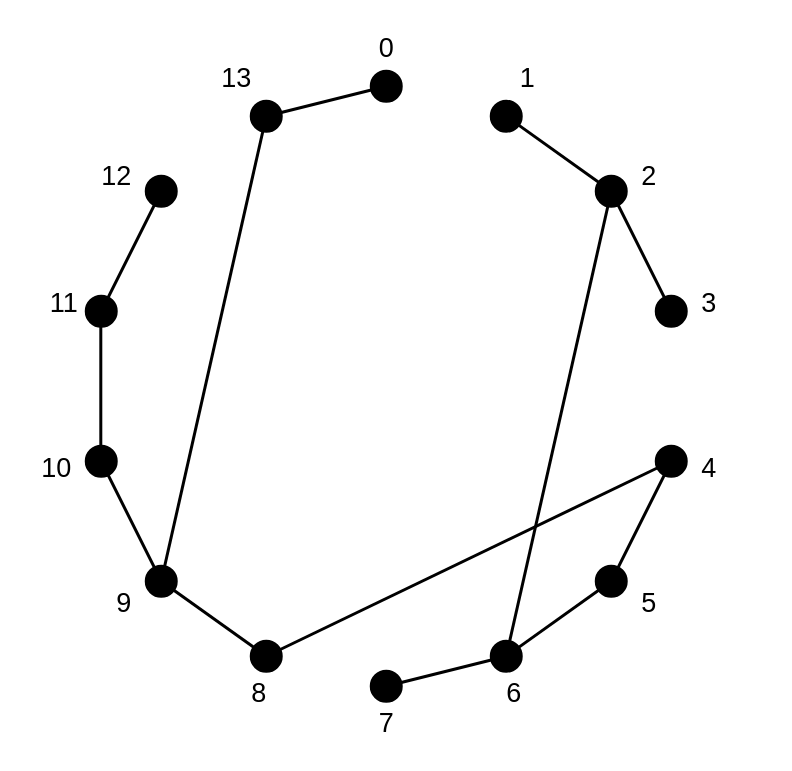
Earlier version of the draw.io diagram graduation-research/midterm/draw.io/IST1.drawio (fjmrytfjsn/5th). Source tidied: cells renumbered, new cells numbered last; positions are measured from the earlier drawing's top-left corner, leaving out a move shared by most shapes. Both pictures are drawn from the tidied source at 150%, with x=0, y=0 at pixel (26, 26).
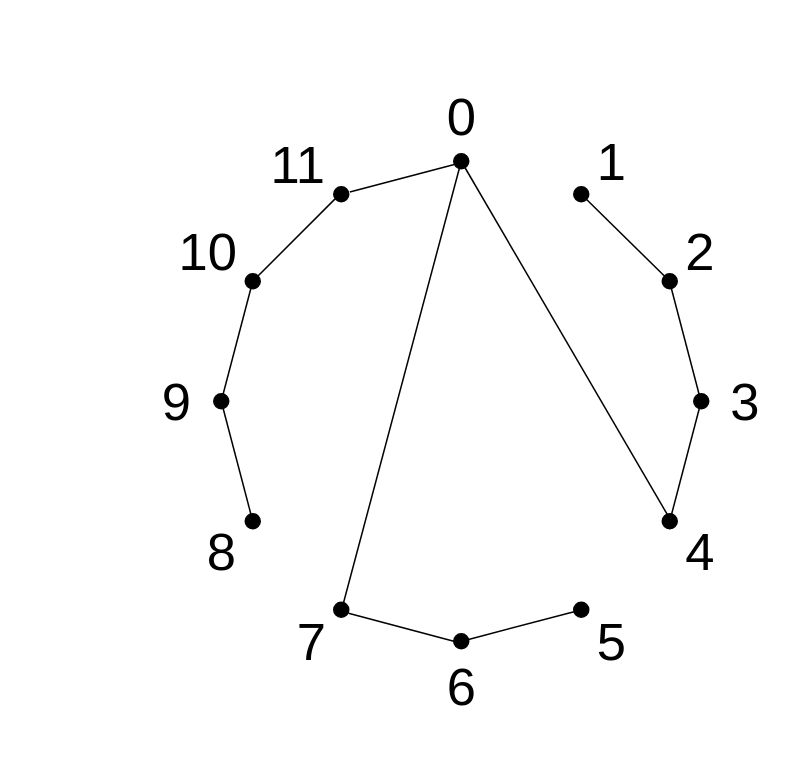
The same diagram, later.

Diff of the diagram source:
```diff
@@
-    <mxCell id="2" style="ellipse;whiteSpace=wrap;html=1;fillColor=#000000;fontSize=18;strokeWidth=2;" parent="1" vertex="1">
-      <mxGeometry x="230" y="30" width="20" height="20" as="geometry" />
-    </mxCell>
-    <mxCell id="3" style="ellipse;whiteSpace=wrap;html=1;fillColor=#000000;fontSize=18;strokeWidth=2;" parent="1" vertex="1">
-      <mxGeometry x="230" y="430" width="20" height="20" as="geometry" />
-    </mxCell>
-    <mxCell id="4" style="ellipse;whiteSpace=wrap;html=1;fillColor=#000000;fontSize=18;strokeWidth=2;" parent="1" vertex="1">
-      <mxGeometry x="40" y="280" width="20" height="20" as="geometry" />
-    </mxCell>
-    <mxCell id="5" style="ellipse;whiteSpace=wrap;html=1;fillColor=#000000;fontSize=18;strokeWidth=2;" parent="1" vertex="1">
-      <mxGeometry x="40" y="180" width="20" height="20" as="geometry" />
-    </mxCell>
-    <mxCell id="6" style="ellipse;whiteSpace=wrap;html=1;fillColor=#000000;fontSize=18;strokeWidth=2;" parent="1" vertex="1">
-      <mxGeometry x="80" y="100" width="20" height="20" as="geometry" />
-    </mxCell>
-    <mxCell id="7" style="ellipse;whiteSpace=wrap;html=1;fillColor=#000000;fontSize=18;strokeWidth=2;" parent="1" vertex="1">
-      <mxGeometry x="150" y="50" width="20" height="20" as="geometry" />
-    </mxCell>
-    <mxCell id="8" style="ellipse;whiteSpace=wrap;html=1;fillColor=#000000;fontSize=18;strokeWidth=2;" parent="1" vertex="1">
-      <mxGeometry x="80" y="360" width="20" height="20" as="geometry" />
-    </mxCell>
-    <mxCell id="9" style="ellipse;whiteSpace=wrap;html=1;fillColor=#000000;fontSize=18;strokeWidth=2;" parent="1" vertex="1">
-      <mxGeometry x="150" y="410" width="20" height="20" as="geometry" />
-    </mxCell>
-    <mxCell id="10" style="ellipse;whiteSpace=wrap;html=1;fillColor=#000000;fontSize=18;strokeWidth=2;" parent="1" vertex="1">
-      <mxGeometry x="420" y="280" width="20" height="20" as="geometry" />
-    </mxCell>
-    <mxCell id="11" style="ellipse;whiteSpace=wrap;html=1;fillColor=#000000;fontSize=18;strokeWidth=2;" parent="1" vertex="1">
-      <mxGeometry x="420" y="180" width="20" height="20" as="geometry" />
-    </mxCell>
-    <mxCell id="12" style="ellipse;whiteSpace=wrap;html=1;fillColor=#000000;fontSize=18;strokeWidth=2;" parent="1" vertex="1">
-      <mxGeometry x="380" y="100" width="20" height="20" as="geometry" />
-    </mxCell>
-    <mxCell id="13" style="ellipse;whiteSpace=wrap;html=1;fillColor=#000000;fontSize=18;strokeWidth=2;" parent="1" vertex="1">
-      <mxGeometry x="380" y="360" width="20" height="20" as="geometry" />
-    </mxCell>
-    <mxCell id="14" style="ellipse;whiteSpace=wrap;html=1;fillColor=#000000;fontSize=18;strokeWidth=2;" parent="1" vertex="1">
-      <mxGeometry x="310" y="50" width="20" height="20" as="geometry" />
-    </mxCell>
-    <mxCell id="15" style="ellipse;whiteSpace=wrap;html=1;fillColor=#000000;fontSize=18;strokeWidth=2;" parent="1" vertex="1">
-      <mxGeometry x="310" y="410" width="20" height="20" as="geometry" />
-    </mxCell>
-    <mxCell id="16" style="endArrow=none;html=1;fontSize=18;strokeWidth=2;" parent="1" edge="1">
-      <mxGeometry relative="1" as="geometry">
-        <mxPoint x="160" y="60" as="sourcePoint" />
-        <mxPoint x="240" y="40" as="targetPoint" />
-      </mxGeometry>
-    </mxCell>
-    <mxCell id="17" style="endArrow=none;html=1;fontSize=18;strokeWidth=2;" parent="1" edge="1">
-      <mxGeometry relative="1" as="geometry">
-        <mxPoint x="240" y="440" as="sourcePoint" />
-        <mxPoint x="320" y="420" as="targetPoint" />
-      </mxGeometry>
-    </mxCell>
-    <mxCell id="18" style="endArrow=none;html=1;fontSize=18;strokeWidth=2;" parent="1" edge="1">
-      <mxGeometry relative="1" as="geometry">
-        <mxPoint x="50" y="190" as="sourcePoint" />
-        <mxPoint x="90" y="110" as="targetPoint" />
-      </mxGeometry>
-    </mxCell>
-    <mxCell id="19" style="endArrow=none;html=1;fontSize=18;strokeWidth=2;" parent="1" edge="1">
-      <mxGeometry relative="1" as="geometry">
-        <mxPoint x="390" y="370" as="sourcePoint" />
-        <mxPoint x="430" y="290" as="targetPoint" />
-      </mxGeometry>
-    </mxCell>
-    <mxCell id="20" style="endArrow=none;html=1;fontSize=18;strokeWidth=2;" parent="1" edge="1">
-      <mxGeometry relative="1" as="geometry">
-        <mxPoint x="49.7" y="290" as="sourcePoint" />
-        <mxPoint x="49.7" y="190" as="targetPoint" />
-      </mxGeometry>
-    </mxCell>
-    <mxCell id="21" style="endArrow=none;html=1;fontSize=18;strokeWidth=2;" parent="1" edge="1">
-      <mxGeometry relative="1" as="geometry">
-        <mxPoint x="50" y="290" as="sourcePoint" />
-        <mxPoint x="90" y="370" as="targetPoint" />
-      </mxGeometry>
-    </mxCell>
-    <mxCell id="22" style="endArrow=none;html=1;fontSize=18;strokeWidth=2;" parent="1" edge="1">
-      <mxGeometry relative="1" as="geometry">
-        <mxPoint x="390" y="110" as="sourcePoint" />
-        <mxPoint x="430" y="190" as="targetPoint" />
-      </mxGeometry>
-    </mxCell>
-    <mxCell id="23" style="endArrow=none;html=1;fontSize=18;strokeWidth=2;" parent="1" edge="1">
-      <mxGeometry relative="1" as="geometry">
-        <mxPoint x="320" y="420" as="sourcePoint" />
-        <mxPoint x="390" y="370" as="targetPoint" />
-      </mxGeometry>
-    </mxCell>
-    <mxCell id="24" style="endArrow=none;html=1;fontSize=18;strokeWidth=2;" parent="1" edge="1">
-      <mxGeometry relative="1" as="geometry">
-        <mxPoint x="390" y="110" as="sourcePoint" />
-        <mxPoint x="320" y="60" as="targetPoint" />
-      </mxGeometry>
-    </mxCell>
-    <mxCell id="25" style="endArrow=none;html=1;fontSize=18;strokeWidth=2;" parent="1" edge="1">
-      <mxGeometry relative="1" as="geometry">
-        <mxPoint x="160" y="420" as="sourcePoint" />
-        <mxPoint x="90" y="370" as="targetPoint" />
-      </mxGeometry>
-    </mxCell>
+    <mxCell id="43" style="ellipse;whiteSpace=wrap;html=1;fillColor=#000000;" parent="1" vertex="1">
+      <mxGeometry x="285" y="405" width="10" height="10" as="geometry" />
+    </mxCell>
+    <mxCell id="44" style="ellipse;whiteSpace=wrap;html=1;fillColor=#000000;" parent="1" vertex="1">
+      <mxGeometry x="445" y="245" width="10" height="10" as="geometry" />
+    </mxCell>
+    <mxCell id="45" style="ellipse;whiteSpace=wrap;html=1;fillColor=#000000;" parent="1" vertex="1">
+      <mxGeometry x="125" y="245" width="10" height="10" as="geometry" />
+    </mxCell>
+    <mxCell id="46" style="ellipse;whiteSpace=wrap;html=1;fillColor=#000000;" parent="1" vertex="1">
+      <mxGeometry x="285" y="85" width="10" height="10" as="geometry" />
+    </mxCell>
+    <mxCell id="47" style="ellipse;whiteSpace=wrap;html=1;fillColor=#000000;" parent="1" vertex="1">
+      <mxGeometry x="365" y="384" width="10" height="10" as="geometry" />
+    </mxCell>
+    <mxCell id="48" style="ellipse;whiteSpace=wrap;html=1;fillColor=#000000;" parent="1" vertex="1">
+      <mxGeometry x="205" y="384" width="10" height="10" as="geometry" />
+    </mxCell>
+    <mxCell id="49" style="ellipse;whiteSpace=wrap;html=1;fillColor=#000000;" parent="1" vertex="1">
+      <mxGeometry x="146" y="325" width="10" height="10" as="geometry" />
+    </mxCell>
+    <mxCell id="50" style="ellipse;whiteSpace=wrap;html=1;fillColor=#000000;" parent="1" vertex="1">
+      <mxGeometry x="146" y="165" width="10" height="10" as="geometry" />
+    </mxCell>
+    <mxCell id="51" style="ellipse;whiteSpace=wrap;html=1;fillColor=#000000;" parent="1" vertex="1">
+      <mxGeometry x="205" y="107" width="10" height="10" as="geometry" />
+    </mxCell>
+    <mxCell id="52" style="ellipse;whiteSpace=wrap;html=1;fillColor=#000000;" parent="1" vertex="1">
+      <mxGeometry x="365" y="107" width="10" height="10" as="geometry" />
+    </mxCell>
+    <mxCell id="53" style="ellipse;whiteSpace=wrap;html=1;fillColor=#000000;" parent="1" vertex="1">
+      <mxGeometry x="424" y="165" width="10" height="10" as="geometry" />
+    </mxCell>
+    <mxCell id="54" style="ellipse;whiteSpace=wrap;html=1;fillColor=#000000;" parent="1" vertex="1">
+      <mxGeometry x="424" y="325" width="10" height="10" as="geometry" />
+    </mxCell>
+    <mxCell id="55" style="endArrow=none;html=1;" parent="1" edge="1" target="50">
+      <mxGeometry relative="1" as="geometry">
+        <mxPoint x="130" y="250" as="sourcePoint" />
+      </mxGeometry>
+    </mxCell>
+    <mxCell id="56" style="endArrow=none;html=1;" parent="1" edge="1" source="49">
+      <mxGeometry relative="1" as="geometry">
+        <mxPoint x="130" y="250" as="targetPoint" />
+      </mxGeometry>
+    </mxCell>
+    <mxCell id="57" style="endArrow=none;html=1;exitX=0.4;exitY=0.5;exitDx=0;exitDy=0;exitPerimeter=0;" parent="1" edge="1">
+      <mxGeometry relative="1" as="geometry">
+        <mxPoint x="369" y="111" as="sourcePoint" />
+        <mxPoint x="429" y="170" as="targetPoint" />
+      </mxGeometry>
+    </mxCell>
+    <mxCell id="58" style="endArrow=none;html=1;" parent="1" edge="1">
+      <mxGeometry relative="1" as="geometry">
+        <mxPoint x="430" y="326.2" as="sourcePoint" />
+        <mxPoint x="449.7" y="251" as="targetPoint" />
+      </mxGeometry>
+    </mxCell>
+    <mxCell id="59" style="endArrow=none;html=1;" parent="1" edge="1">
+      <mxGeometry relative="1" as="geometry">
+        <mxPoint x="449" y="247" as="sourcePoint" />
+        <mxPoint x="429.3" y="171.8" as="targetPoint" />
+      </mxGeometry>
+    </mxCell>
+    <mxCell id="60" style="endArrow=none;html=1;" parent="1" edge="1" source="43" target="47">
+      <mxGeometry relative="1" as="geometry" />
+    </mxCell>
+    <mxCell id="61" style="endArrow=none;html=1;entryX=0;entryY=0.5;entryDx=0;entryDy=0;exitX=0.984;exitY=0.732;exitDx=0;exitDy=0;exitPerimeter=0;" parent="1" edge="1" source="48" target="43">
+      <mxGeometry relative="1" as="geometry" />
+    </mxCell>
+    <mxCell id="62" style="endArrow=none;html=1;" parent="1" edge="1">
+      <mxGeometry relative="1" as="geometry">
+        <mxPoint x="215.7" y="110.5" as="sourcePoint" />
+        <mxPoint x="286" y="92" as="targetPoint" />
+      </mxGeometry>
+    </mxCell>
+    <mxCell id="63" style="endArrow=none;html=1;" parent="1" edge="1">
+      <mxGeometry relative="1" as="geometry">
+        <mxPoint x="154" y="167" as="sourcePoint" />
+        <mxPoint x="205.9" y="115.1" as="targetPoint" />
+      </mxGeometry>
+    </mxCell>
+    <mxCell id="64" style="endArrow=none;html=1;" parent="1" edge="1">
+      <mxGeometry relative="1" as="geometry">
+        <mxPoint x="430" y="330" as="sourcePoint" />
+        <mxPoint x="290" y="90" as="targetPoint" />
+      </mxGeometry>
+    </mxCell>
+    <mxCell id="65" style="endArrow=none;html=1;" parent="1" edge="1">
+      <mxGeometry relative="1" as="geometry">
+        <mxPoint x="290" y="90" as="sourcePoint" />
+        <mxPoint x="210" y="390" as="targetPoint" />
+      </mxGeometry>
+    </mxCell>
-    <mxCell id="26" value="0" style="text;html=1;align=center;verticalAlign=middle;fontSize=18;strokeWidth=2;" parent="1" vertex="1">
-      <mxGeometry x="225" width="30" height="30" as="geometry" />
+    <mxCell id="26" value="&lt;font&gt;&lt;font style=&quot;font-size: 35px&quot;&gt;0&lt;/font&gt;&lt;br&gt;&lt;/font&gt;" style="text;html=1;align=center;verticalAlign=middle;" parent="1" vertex="1">
+      <mxGeometry x="275" y="45" width="30" height="30" as="geometry" />
     </mxCell>
-    <mxCell id="27" value="1" style="text;html=1;align=center;verticalAlign=middle;fontSize=18;strokeWidth=2;" parent="1" vertex="1">
-      <mxGeometry x="319" y="20" width="30" height="30" as="geometry" />
+    <mxCell id="27" value="&lt;font&gt;&lt;font style=&quot;font-size: 35px&quot;&gt;1&lt;/font&gt;&lt;br&gt;&lt;/font&gt;" style="text;html=1;align=center;verticalAlign=middle;" parent="1" vertex="1">
+      <mxGeometry x="375" y="75" width="30" height="30" as="geometry" />
     </mxCell>
-    <mxCell id="28" value="2" style="text;html=1;align=center;verticalAlign=middle;fontSize=18;strokeWidth=2;" parent="1" vertex="1">
-      <mxGeometry x="400" y="85" width="30" height="30" as="geometry" />
+    <mxCell id="28" value="&lt;font&gt;&lt;font style=&quot;font-size: 35px&quot;&gt;2&lt;/font&gt;&lt;br&gt;&lt;/font&gt;" style="text;html=1;align=center;verticalAlign=middle;" parent="1" vertex="1">
+      <mxGeometry x="434" y="135" width="30" height="30" as="geometry" />
     </mxCell>
-    <mxCell id="29" value="3" style="text;html=1;align=center;verticalAlign=middle;fontSize=18;strokeWidth=2;" parent="1" vertex="1">
-      <mxGeometry x="440" y="170" width="30" height="30" as="geometry" />
+    <mxCell id="29" value="&lt;font&gt;&lt;font style=&quot;font-size: 35px&quot;&gt;3&lt;/font&gt;&lt;br&gt;&lt;/font&gt;" style="text;html=1;align=center;verticalAlign=middle;" parent="1" vertex="1">
+      <mxGeometry x="464" y="235" width="30" height="30" as="geometry" />
     </mxCell>
-    <mxCell id="30" value="4" style="text;html=1;align=center;verticalAlign=middle;fontSize=18;strokeWidth=2;" parent="1" vertex="1">
-      <mxGeometry x="440" y="280" width="30" height="30" as="geometry" />
+    <mxCell id="30" value="&lt;font&gt;&lt;font style=&quot;font-size: 35px&quot;&gt;4&lt;/font&gt;&lt;br&gt;&lt;/font&gt;" style="text;html=1;align=center;verticalAlign=middle;" parent="1" vertex="1">
+      <mxGeometry x="434" y="335" width="30" height="30" as="geometry" />
     </mxCell>
-    <mxCell id="31" value="5" style="text;html=1;align=center;verticalAlign=middle;fontSize=18;strokeWidth=2;" parent="1" vertex="1">
-      <mxGeometry x="400" y="370" width="30" height="30" as="geometry" />
+    <mxCell id="31" value="&lt;font&gt;&lt;font style=&quot;font-size: 35px&quot;&gt;5&lt;/font&gt;&lt;br&gt;&lt;/font&gt;" style="text;html=1;align=center;verticalAlign=middle;" parent="1" vertex="1">
+      <mxGeometry x="375" y="395" width="30" height="30" as="geometry" />
     </mxCell>
-    <mxCell id="32" value="6" style="text;html=1;align=center;verticalAlign=middle;fontSize=18;strokeWidth=2;" parent="1" vertex="1">
-      <mxGeometry x="310" y="430" width="30" height="30" as="geometry" />
+    <mxCell id="32" value="&lt;font&gt;&lt;font style=&quot;font-size: 35px&quot;&gt;6&lt;/font&gt;&lt;br&gt;&lt;/font&gt;" style="text;html=1;align=center;verticalAlign=middle;" parent="1" vertex="1">
+      <mxGeometry x="275" y="425" width="30" height="30" as="geometry" />
     </mxCell>
-    <mxCell id="33" value="7" style="text;html=1;align=center;verticalAlign=middle;fontSize=18;strokeWidth=2;" parent="1" vertex="1">
-      <mxGeometry x="225" y="450" width="30" height="30" as="geometry" />
+    <mxCell id="33" value="&lt;font&gt;&lt;font style=&quot;font-size: 35px&quot;&gt;7&lt;/font&gt;&lt;br&gt;&lt;/font&gt;" style="text;html=1;align=center;verticalAlign=middle;" parent="1" vertex="1">
+      <mxGeometry x="175" y="395" width="30" height="30" as="geometry" />
     </mxCell>
-    <mxCell id="34" value="8" style="text;html=1;align=center;verticalAlign=middle;fontSize=18;strokeWidth=2;" parent="1" vertex="1">
-      <mxGeometry x="140" y="430" width="30" height="30" as="geometry" />
+    <mxCell id="34" value="&lt;font&gt;&lt;font style=&quot;font-size: 35px&quot;&gt;8&lt;/font&gt;&lt;br&gt;&lt;/font&gt;" style="text;html=1;align=center;verticalAlign=middle;" parent="1" vertex="1">
+      <mxGeometry x="115" y="335" width="30" height="30" as="geometry" />
     </mxCell>
-    <mxCell id="35" value="9" style="text;html=1;align=center;verticalAlign=middle;fontSize=18;strokeWidth=2;" parent="1" vertex="1">
-      <mxGeometry x="50" y="370" width="30" height="30" as="geometry" />
+    <mxCell id="35" value="&lt;font&gt;&lt;font style=&quot;font-size: 35px&quot;&gt;9&lt;/font&gt;&lt;br&gt;&lt;/font&gt;" style="text;html=1;align=center;verticalAlign=middle;" parent="1" vertex="1">
+      <mxGeometry x="85" y="235" width="30" height="30" as="geometry" />
     </mxCell>
-    <mxCell id="36" value="10" style="text;html=1;align=center;verticalAlign=middle;fontSize=18;strokeWidth=2;" parent="1" vertex="1">
-      <mxGeometry y="280" width="40" height="30" as="geometry" />
+    <mxCell id="36" value="&lt;font&gt;&lt;font style=&quot;font-size: 35px&quot;&gt;10&lt;/font&gt;&lt;br&gt;&lt;/font&gt;" style="text;html=1;align=center;verticalAlign=middle;" parent="1" vertex="1">
+      <mxGeometry x="96" y="135" width="50" height="30" as="geometry" />
     </mxCell>
-    <mxCell id="37" value="11" style="text;html=1;align=center;verticalAlign=middle;fontSize=18;strokeWidth=2;" parent="1" vertex="1">
-      <mxGeometry x="10" y="170" width="30" height="30" as="geometry" />
+    <mxCell id="37" value="&lt;font&gt;&lt;font style=&quot;font-size: 35px&quot;&gt;11&lt;/font&gt;&lt;br&gt;&lt;/font&gt;" style="text;html=1;align=center;verticalAlign=middle;" parent="1" vertex="1">
+      <mxGeometry x="156" y="77" width="50" height="30" as="geometry" />
     </mxCell>
-    <mxCell id="38" value="12" style="text;html=1;align=center;verticalAlign=middle;fontSize=18;strokeWidth=2;" parent="1" vertex="1">
-      <mxGeometry x="40" y="85" width="40" height="30" as="geometry" />
-    </mxCell>
-    <mxCell id="39" value="13" style="text;html=1;align=center;verticalAlign=middle;fontSize=18;strokeWidth=2;" parent="1" vertex="1">
-      <mxGeometry x="120" y="20" width="40" height="30" as="geometry" />
-    </mxCell>
-    <mxCell id="40" style="endArrow=none;html=1;strokeWidth=2;" parent="1" edge="1">
-      <mxGeometry relative="1" as="geometry">
-        <mxPoint x="320" y="420" as="sourcePoint" />
-        <mxPoint x="390" y="110" as="targetPoint" />
-      </mxGeometry>
-    </mxCell>
-    <mxCell id="41" style="endArrow=none;html=1;strokeWidth=2;" parent="1" edge="1">
-      <mxGeometry relative="1" as="geometry">
-        <mxPoint x="90" y="370" as="sourcePoint" />
-        <mxPoint x="160" y="60" as="targetPoint" />
-      </mxGeometry>
-    </mxCell>
-    <mxCell id="42" style="endArrow=none;html=1;strokeWidth=2;" parent="1" edge="1">
-      <mxGeometry relative="1" as="geometry">
-        <mxPoint x="160" y="420" as="sourcePoint" />
-        <mxPoint x="430" y="290" as="targetPoint" />
-      </mxGeometry>
-    </mxCell>
```
